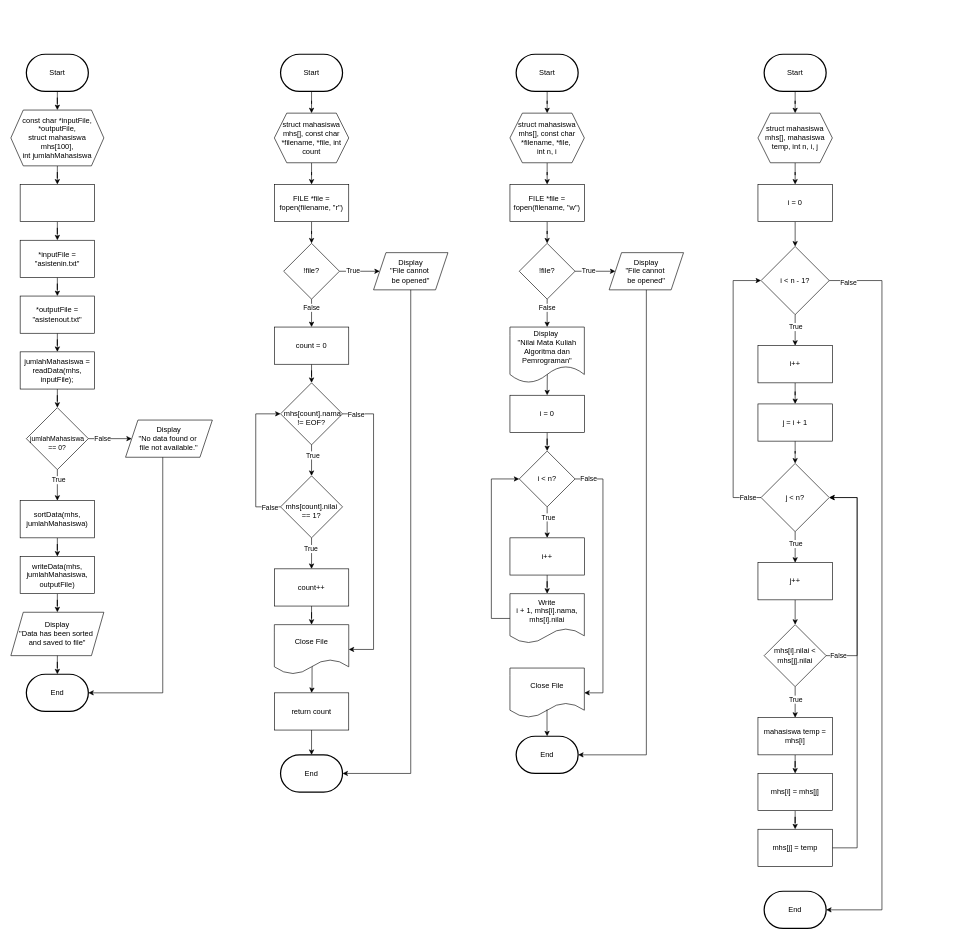
Above: modul 4.drawio in elikawicaksana/BuildIT_BasisData (draw.io), before the change. Source tidied: cells renumbered, new cells numbered last; positions are measured from the earlier drawing's top-left corner, leaving out a move shared by most shapes. Both pictures are drawn from the tidied source at 62%, with x=0, y=0 at pixel (11, 54).
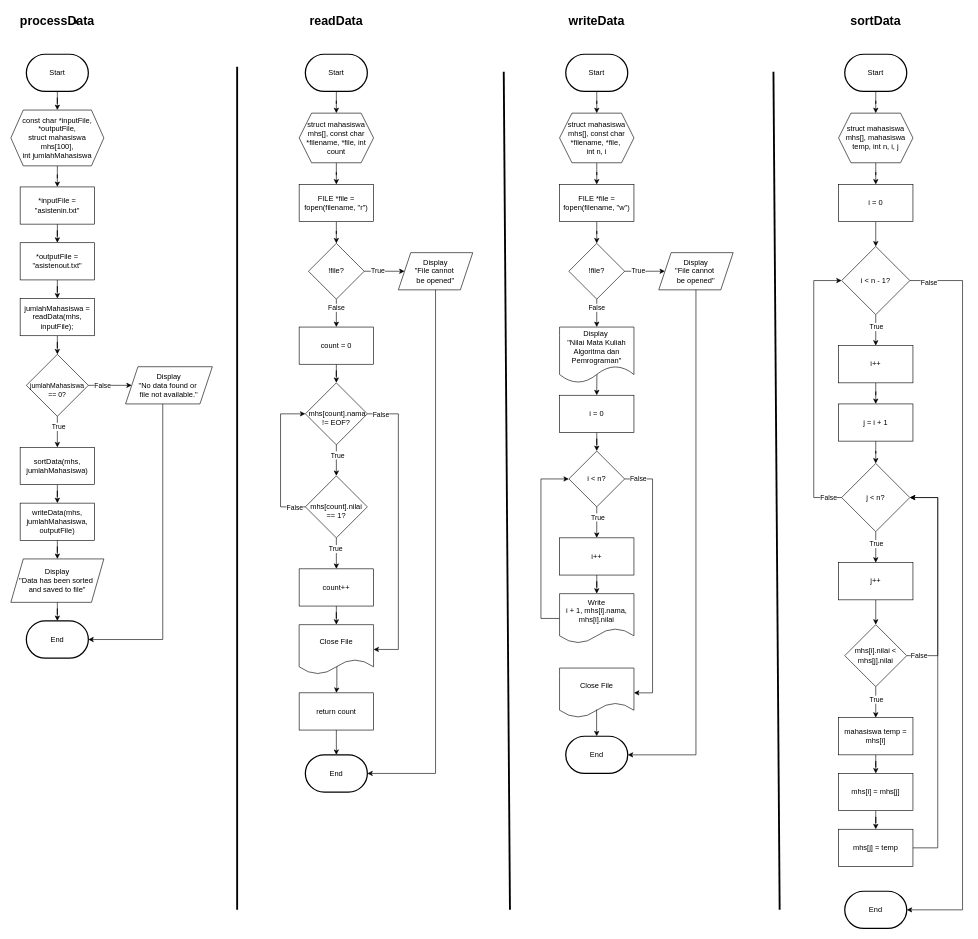
The same diagram, later.

The change refers to these unchanged cells:
```xml
<mxCell id="20" value="&lt;div&gt;const char *inputFile, *outputFile,&lt;br&gt;&lt;/div&gt;struct mahasiswa mhs[100],&lt;div&gt;int jumlahMahasiswa&lt;/div&gt;" style="shape=hexagon;perimeter=hexagonPerimeter2;whiteSpace=wrap;html=1;fixedSize=1;" parent="1" vertex="1">
  <mxGeometry y="90" width="150" height="90" as="geometry" />
</mxCell>
```

What changed in the source:
```diff
@@
     <mxCell id="5" value="jumlahMahasiswa = readData(mhs, inputFile);" style="rounded=0;whiteSpace=wrap;html=1;" parent="1" vertex="1">
-      <mxGeometry x="15" y="480" width="120" height="60" as="geometry" />
+      <mxGeometry x="15" y="394" width="120" height="60" as="geometry" />
     </mxCell>
@@
     <mxCell id="10" value="&lt;div&gt;&lt;font style=&quot;font-size: 11px;&quot;&gt;&lt;br&gt;&lt;/font&gt;&lt;/div&gt;&lt;font style=&quot;font-size: 11px;&quot;&gt;jumlahMahasiswa&lt;/font&gt;&lt;div&gt;&lt;span style=&quot;font-size: 11px; background-color: initial; color: rgb(0, 0, 0); --darkreader-inline-bgcolor: initial; --darkreader-inline-color: #e8e6e3;&quot;&gt;== 0?&lt;/span&gt;&lt;/div&gt;" style="rhombus;whiteSpace=wrap;html=1;" parent="1" vertex="1">
-      <mxGeometry x="25" y="570" width="100" height="100" as="geometry" />
+      <mxGeometry x="25" y="484" width="100" height="100" as="geometry" />
     </mxCell>
     <mxCell id="11" value="Display&lt;div&gt;&quot;No data found or&amp;nbsp;&lt;/div&gt;&lt;div&gt;file not available.&quot;&lt;/div&gt;" style="shape=parallelogram;perimeter=parallelogramPerimeter;whiteSpace=wrap;html=1;fixedSize=1;" parent="1" vertex="1">
-      <mxGeometry x="185" y="590" width="140" height="60" as="geometry" />
+      <mxGeometry x="185" y="504" width="140" height="60" as="geometry" />
     </mxCell>
     <mxCell id="12" value="End" style="strokeWidth=2;html=1;shape=mxgraph.flowchart.terminator;whiteSpace=wrap;" parent="1" vertex="1">
-      <mxGeometry x="25" y="1000" width="100" height="60" as="geometry" />
+      <mxGeometry x="25" y="914" width="100" height="60" as="geometry" />
     </mxCell>
     <mxCell id="13" style="edgeStyle=orthogonalEdgeStyle;rounded=0;jettySize=auto;html=1;entryX=1;entryY=0.5;entryDx=0;entryDy=0;entryPerimeter=0;" parent="1" edge="1" source="11" target="12">
       <mxGeometry relative="1" as="geometry">
         <Array as="points">
-          <mxPoint x="245" y="1030" />
+          <mxPoint x="245" y="944" />
         </Array>
       </mxGeometry>
     </mxCell>
@@
     <mxCell id="15" value="sortData(mhs, jumlahMahasiswa)" style="rounded=0;whiteSpace=wrap;html=1;" parent="1" vertex="1">
-      <mxGeometry x="15" y="720" width="120" height="60" as="geometry" />
+      <mxGeometry x="15" y="634" width="120" height="60" as="geometry" />
     </mxCell>
@@
     <mxCell id="17" value="writeData(mhs, jumlahMahasiswa, outputFile)" style="rounded=0;whiteSpace=wrap;html=1;" parent="1" vertex="1">
-      <mxGeometry x="15" y="810" width="120" height="60" as="geometry" />
+      <mxGeometry x="15" y="724" width="120" height="60" as="geometry" />
     </mxCell>
     <mxCell id="18" value="Display&lt;div&gt;&quot;Data has been sorted&amp;nbsp;&lt;/div&gt;&lt;div&gt;and saved to file&quot;&lt;/div&gt;" style="shape=parallelogram;perimeter=parallelogramPerimeter;whiteSpace=wrap;html=1;fixedSize=1;" parent="1" vertex="1">
-      <mxGeometry y="900" width="150" height="70" as="geometry" />
+      <mxGeometry y="814" width="150" height="70" as="geometry" />
     </mxCell>
-    <mxCell id="19" style="edgeStyle=orthogonalEdgeStyle;rounded=0;jettySize=auto;html=1;entryX=0.5;entryY=0;entryDx=0;entryDy=0;" parent="1" edge="1" source="20" target="84">
+    <mxCell id="19" style="edgeStyle=orthogonalEdgeStyle;rounded=0;jettySize=auto;html=1;entryX=0.5;entryY=0;entryDx=0;entryDy=0;" parent="1" edge="1" source="20" target="86">
       <mxGeometry relative="1" as="geometry" />
     </mxCell>
@@
     <mxCell id="23" value="Start" style="strokeWidth=2;html=1;shape=mxgraph.flowchart.terminator;whiteSpace=wrap;" parent="1" vertex="1">
-      <mxGeometry x="435" width="100" height="60" as="geometry" />
+      <mxGeometry x="475" width="100" height="60" as="geometry" />
     </mxCell>
@@
     <mxCell id="25" value="struct&amp;nbsp;mahasiswa mhs[], const char *filename, *file, int count" style="shape=hexagon;perimeter=hexagonPerimeter2;whiteSpace=wrap;html=1;fixedSize=1;" parent="1" vertex="1">
-      <mxGeometry x="425" y="95" width="120" height="80" as="geometry" />
+      <mxGeometry x="465" y="95" width="120" height="80" as="geometry" />
     </mxCell>
@@
     <mxCell id="27" value="FILE *file = fopen(filename, &quot;r&quot;)" style="rounded=0;whiteSpace=wrap;html=1;" parent="1" vertex="1">
-      <mxGeometry x="425" y="210" width="120" height="60" as="geometry" />
+      <mxGeometry x="465" y="210" width="120" height="60" as="geometry" />
     </mxCell>
@@
     <mxCell id="32" value="!file?" style="rhombus;whiteSpace=wrap;html=1;" parent="1" vertex="1">
-      <mxGeometry x="440" y="305" width="90" height="90" as="geometry" />
+      <mxGeometry x="480" y="305" width="90" height="90" as="geometry" />
     </mxCell>
     <mxCell id="33" value="Display&lt;div&gt;&quot;File cannot&amp;nbsp;&lt;/div&gt;&lt;div&gt;be opened&quot;&lt;/div&gt;" style="shape=parallelogram;perimeter=parallelogramPerimeter;whiteSpace=wrap;html=1;fixedSize=1;" parent="1" vertex="1">
-      <mxGeometry x="585" y="320" width="120" height="60" as="geometry" />
+      <mxGeometry x="625" y="320" width="120" height="60" as="geometry" />
     </mxCell>
@@
     <mxCell id="35" value="count = 0" style="rounded=0;whiteSpace=wrap;html=1;" parent="1" vertex="1">
-      <mxGeometry x="425" y="440" width="120" height="60" as="geometry" />
+      <mxGeometry x="465" y="440" width="120" height="60" as="geometry" />
     </mxCell>
@@
     <mxCell id="38" value="&lt;div&gt;&lt;br&gt;&lt;/div&gt;&amp;nbsp;mhs[count].&lt;span style=&quot;background-color: initial; color: rgb(0, 0, 0); --darkreader-inline-bgcolor: initial; --darkreader-inline-color: #e8e6e3;&quot;&gt;nama != EOF?&lt;/span&gt;" style="rhombus;whiteSpace=wrap;html=1;" parent="1" vertex="1">
-      <mxGeometry x="435" y="530" width="100" height="100" as="geometry" />
+      <mxGeometry x="475" y="530" width="100" height="100" as="geometry" />
     </mxCell>
     <mxCell id="39" style="edgeStyle=orthogonalEdgeStyle;rounded=0;jettySize=auto;html=1;entryX=0;entryY=0.5;entryDx=0;entryDy=0;" parent="1" edge="1" source="43" target="38">
       <mxGeometry relative="1" as="geometry">
         <Array as="points">
-          <mxPoint x="395" y="730" />
-          <mxPoint x="395" y="580" />
+          <mxPoint x="435" y="730" />
+          <mxPoint x="435" y="580" />
         </Array>
       </mxGeometry>
     </mxCell>
@@
     <mxCell id="43" value="&lt;div&gt;&lt;br&gt;&lt;/div&gt;mhs[count].nilai == 1?" style="rhombus;whiteSpace=wrap;html=1;" parent="1" vertex="1">
-      <mxGeometry x="435" y="680" width="100" height="100" as="geometry" />
+      <mxGeometry x="475" y="680" width="100" height="100" as="geometry" />
     </mxCell>
     <mxCell id="44" value="End" style="strokeWidth=2;html=1;shape=mxgraph.flowchart.terminator;whiteSpace=wrap;" parent="1" vertex="1">
-      <mxGeometry x="435" y="1130" width="100" height="60" as="geometry" />
+      <mxGeometry x="475" y="1130" width="100" height="60" as="geometry" />
     </mxCell>
     <mxCell id="45" style="edgeStyle=orthogonalEdgeStyle;rounded=0;jettySize=auto;html=1;entryX=1;entryY=0.5;entryDx=0;entryDy=0;" parent="1" edge="1" source="38">
       <mxGeometry relative="1" as="geometry">
-        <mxPoint x="545" y="960" as="targetPoint" />
+        <mxPoint x="585" y="960" as="targetPoint" />
         <Array as="points">
-          <mxPoint x="585" y="580" />
-          <mxPoint x="585" y="960" />
+          <mxPoint x="625" y="580" />
+          <mxPoint x="625" y="960" />
         </Array>
       </mxGeometry>
     </mxCell>
@@
     <mxCell id="48" value="count++" style="rounded=0;whiteSpace=wrap;html=1;" parent="1" vertex="1">
-      <mxGeometry x="425" y="830" width="120" height="60" as="geometry" />
+      <mxGeometry x="465" y="830" width="120" height="60" as="geometry" />
     </mxCell>
     <mxCell id="49" value="return count" style="rounded=0;whiteSpace=wrap;html=1;" parent="1" vertex="1">
-      <mxGeometry x="425" y="1030" width="120" height="60" as="geometry" />
+      <mxGeometry x="465" y="1030" width="120" height="60" as="geometry" />
     </mxCell>
@@
     <mxCell id="53" value="Start" style="strokeWidth=2;html=1;shape=mxgraph.flowchart.terminator;whiteSpace=wrap;" parent="1" vertex="1">
-      <mxGeometry x="815" width="100" height="60" as="geometry" />
+      <mxGeometry x="895" width="100" height="60" as="geometry" />
     </mxCell>
     <mxCell id="54" style="edgeStyle=orthogonalEdgeStyle;rounded=0;jettySize=auto;html=1;entryX=1;entryY=0.5;entryDx=0;entryDy=0;entryPerimeter=0;" parent="1" edge="1" source="33" target="44">
       <mxGeometry relative="1" as="geometry">
         <Array as="points">
-          <mxPoint x="645" y="1160" />
+          <mxPoint x="685" y="1160" />
         </Array>
       </mxGeometry>
     </mxCell>
@@
     <mxCell id="56" value="struct&amp;nbsp;mahasiswa mhs[], const char *filename, *file,&amp;nbsp;&lt;div&gt;int n, i&lt;/div&gt;" style="shape=hexagon;perimeter=hexagonPerimeter2;whiteSpace=wrap;html=1;fixedSize=1;" parent="1" vertex="1">
-      <mxGeometry x="805" y="95" width="120" height="80" as="geometry" />
+      <mxGeometry x="885" y="95" width="120" height="80" as="geometry" />
     </mxCell>
@@
     <mxCell id="58" value="FILE *file = fopen(filename, &quot;w&quot;)" style="rounded=0;whiteSpace=wrap;html=1;" parent="1" vertex="1">
-      <mxGeometry x="805" y="210" width="120" height="60" as="geometry" />
+      <mxGeometry x="885" y="210" width="120" height="60" as="geometry" />
     </mxCell>
     <mxCell id="59" value="!file?" style="rhombus;whiteSpace=wrap;html=1;" parent="1" vertex="1">
-      <mxGeometry x="820" y="305" width="90" height="90" as="geometry" />
+      <mxGeometry x="900" y="305" width="90" height="90" as="geometry" />
     </mxCell>
@@
     <mxCell id="64" value="Display&lt;div&gt;&quot;File cannot&amp;nbsp;&lt;/div&gt;&lt;div&gt;be opened&quot;&lt;/div&gt;" style="shape=parallelogram;perimeter=parallelogramPerimeter;whiteSpace=wrap;html=1;fixedSize=1;" parent="1" vertex="1">
-      <mxGeometry x="965" y="320" width="120" height="60" as="geometry" />
+      <mxGeometry x="1045" y="320" width="120" height="60" as="geometry" />
     </mxCell>
@@
     <mxCell id="66" value="Display&amp;nbsp;&lt;div&gt;&quot;Nilai Mata Kuliah Algoritma dan Pemrograman&quot;&lt;/div&gt;" style="shape=document;whiteSpace=wrap;html=1;boundedLbl=1;" parent="1" vertex="1">
-      <mxGeometry x="805" y="440" width="120" height="90" as="geometry" />
+      <mxGeometry x="885" y="440" width="120" height="90" as="geometry" />
     </mxCell>
@@
     <mxCell id="68" value="i = 0" style="rounded=0;whiteSpace=wrap;html=1;" parent="1" vertex="1">
-      <mxGeometry x="805" y="550" width="120" height="60" as="geometry" />
+      <mxGeometry x="885" y="550" width="120" height="60" as="geometry" />
     </mxCell>
@@
     <mxCell id="71" style="edgeStyle=orthogonalEdgeStyle;rounded=0;jettySize=auto;html=1;entryX=1;entryY=0.5;entryDx=0;entryDy=0;" parent="1" edge="1" source="73" target="79">
       <mxGeometry relative="1" as="geometry">
         <Array as="points">
-          <mxPoint x="955" y="685" />
-          <mxPoint x="955" y="1030" />
+          <mxPoint x="1035" y="685" />
+          <mxPoint x="1035" y="1030" />
         </Array>
       </mxGeometry>
     </mxCell>
@@
     <mxCell id="73" value="i &amp;lt; n?" style="rhombus;whiteSpace=wrap;html=1;" parent="1" vertex="1">
-      <mxGeometry x="820" y="640" width="90" height="90" as="geometry" />
+      <mxGeometry x="900" y="640" width="90" height="90" as="geometry" />
     </mxCell>
@@
     <mxCell id="75" value="i++" style="rounded=0;whiteSpace=wrap;html=1;" parent="1" vertex="1">
-      <mxGeometry x="805" y="780" width="120" height="60" as="geometry" />
+      <mxGeometry x="885" y="780" width="120" height="60" as="geometry" />
     </mxCell>
     <mxCell id="76" style="edgeStyle=orthogonalEdgeStyle;rounded=0;jettySize=auto;html=1;entryX=0;entryY=0.5;entryDx=0;entryDy=0;" parent="1" edge="1" source="77" target="73">
       <mxGeometry relative="1" as="geometry">
         <Array as="points">
-          <mxPoint x="775" y="910" />
-          <mxPoint x="775" y="685" />
+          <mxPoint x="855" y="910" />
+          <mxPoint x="855" y="685" />
         </Array>
       </mxGeometry>
     </mxCell>
     <mxCell id="77" value="&lt;div&gt;Write&lt;/div&gt;i + 1, mhs[i].nama, mhs[i].nilai" style="shape=document;whiteSpace=wrap;html=1;boundedLbl=1;" parent="1" vertex="1">
-      <mxGeometry x="805" y="870" width="120" height="80" as="geometry" />
+      <mxGeometry x="885" y="870" width="120" height="80" as="geometry" />
     </mxCell>
     <mxCell id="78" value="Close File" style="shape=document;whiteSpace=wrap;html=1;boundedLbl=1;" parent="1" vertex="1">
-      <mxGeometry x="425" y="920" width="120" height="80" as="geometry" />
+      <mxGeometry x="465" y="920" width="120" height="80" as="geometry" />
     </mxCell>
     <mxCell id="79" value="Close File&lt;div&gt;&lt;/div&gt;" style="shape=document;whiteSpace=wrap;html=1;boundedLbl=1;" parent="1" vertex="1">
-      <mxGeometry x="805" y="990" width="120" height="80" as="geometry" />
+      <mxGeometry x="885" y="990" width="120" height="80" as="geometry" />
     </mxCell>
     <mxCell id="80" value="End" style="strokeWidth=2;html=1;shape=mxgraph.flowchart.terminator;whiteSpace=wrap;" parent="1" vertex="1">
-      <mxGeometry x="815" y="1100" width="100" height="60" as="geometry" />
+      <mxGeometry x="895" y="1100" width="100" height="60" as="geometry" />
     </mxCell>
@@
     <mxCell id="82" style="edgeStyle=orthogonalEdgeStyle;rounded=0;jettySize=auto;html=1;entryX=1;entryY=0.5;entryDx=0;entryDy=0;entryPerimeter=0;exitX=0.5;exitY=1;exitDx=0;exitDy=0;" parent="1" edge="1" source="64" target="80">
       <mxGeometry relative="1" as="geometry">
         <Array as="points">
-          <mxPoint x="1025" y="1130" />
+          <mxPoint x="1105" y="1130" />
         </Array>
       </mxGeometry>
     </mxCell>
-    <mxCell id="83" style="edgeStyle=orthogonalEdgeStyle;rounded=0;jettySize=auto;html=1;entryX=0.5;entryY=0;entryDx=0;entryDy=0;" parent="1" edge="1" source="84" target="86">
-      <mxGeometry relative="1" as="geometry" />
-    </mxCell>
-    <mxCell id="84" style="rounded=0;whiteSpace=wrap;html=1;" parent="1" vertex="1">
-      <mxGeometry x="15" y="210" width="120" height="60" as="geometry" />
-    </mxCell>
@@
     <mxCell id="86" value="*inputFile = &quot;asistenin.txt&quot;" style="rounded=0;whiteSpace=wrap;html=1;" parent="1" vertex="1">
-      <mxGeometry x="15" y="300" width="120" height="60" as="geometry" />
+      <mxGeometry x="15" y="214" width="120" height="60" as="geometry" />
     </mxCell>
@@
     <mxCell id="88" value="*outputFile = &quot;asistenout.txt&quot;" style="rounded=0;whiteSpace=wrap;html=1;" parent="1" vertex="1">
-      <mxGeometry x="15" y="390" width="120" height="60" as="geometry" />
+      <mxGeometry x="15" y="304" width="120" height="60" as="geometry" />
     </mxCell>
@@
     <mxCell id="90" value="Start" style="strokeWidth=2;html=1;shape=mxgraph.flowchart.terminator;whiteSpace=wrap;" parent="1" vertex="1">
-      <mxGeometry x="1215" width="100" height="60" as="geometry" />
+      <mxGeometry x="1345" width="100" height="60" as="geometry" />
     </mxCell>
@@
     <mxCell id="92" value="struct&amp;nbsp;mahasiswa mhs[], mahasiswa temp,&amp;nbsp;int n, i, j" style="shape=hexagon;perimeter=hexagonPerimeter2;whiteSpace=wrap;html=1;fixedSize=1;" parent="1" vertex="1">
-      <mxGeometry x="1205" y="95" width="120" height="80" as="geometry" />
+      <mxGeometry x="1335" y="95" width="120" height="80" as="geometry" />
     </mxCell>
@@
     <mxCell id="95" value="i &amp;lt; n - 1?" style="rhombus;whiteSpace=wrap;html=1;" parent="1" vertex="1">
-      <mxGeometry x="1210" y="310" width="110" height="110" as="geometry" />
+      <mxGeometry x="1340" y="310" width="110" height="110" as="geometry" />
     </mxCell>
@@
     <mxCell id="97" value="i = 0" style="rounded=0;whiteSpace=wrap;html=1;" parent="1" vertex="1">
-      <mxGeometry x="1205" y="210" width="120" height="60" as="geometry" />
+      <mxGeometry x="1335" y="210" width="120" height="60" as="geometry" />
     </mxCell>
@@
     <mxCell id="99" value="i++" style="rounded=0;whiteSpace=wrap;html=1;" parent="1" vertex="1">
-      <mxGeometry x="1205" y="470" width="120" height="60" as="geometry" />
+      <mxGeometry x="1335" y="470" width="120" height="60" as="geometry" />
     </mxCell>
     <mxCell id="100" value="End" style="strokeWidth=2;html=1;shape=mxgraph.flowchart.terminator;whiteSpace=wrap;" parent="1" vertex="1">
-      <mxGeometry x="1215" y="1350" width="100" height="60" as="geometry" />
+      <mxGeometry x="1345" y="1350" width="100" height="60" as="geometry" />
     </mxCell>
     <mxCell id="101" style="edgeStyle=orthogonalEdgeStyle;rounded=0;jettySize=auto;html=1;entryX=1;entryY=0.5;entryDx=0;entryDy=0;entryPerimeter=0;" parent="1" edge="1" source="95" target="100">
       <mxGeometry relative="1" as="geometry">
         <Array as="points">
-          <mxPoint x="1405" y="365" />
-          <mxPoint x="1405" y="1380" />
+          <mxPoint x="1535" y="365" />
+          <mxPoint x="1535" y="1380" />
         </Array>
       </mxGeometry>
     </mxCell>
@@
     <mxCell id="105" style="edgeStyle=orthogonalEdgeStyle;rounded=0;jettySize=auto;html=1;entryX=0;entryY=0.5;entryDx=0;entryDy=0;" parent="1" edge="1" source="107" target="95">
       <mxGeometry relative="1" as="geometry">
         <Array as="points">
-          <mxPoint x="1165" y="715" />
-          <mxPoint x="1165" y="365" />
+          <mxPoint x="1295" y="715" />
+          <mxPoint x="1295" y="365" />
         </Array>
       </mxGeometry>
     </mxCell>
@@
     <mxCell id="107" value="j &amp;lt; n?" style="rhombus;whiteSpace=wrap;html=1;" parent="1" vertex="1">
-      <mxGeometry x="1210" y="660" width="110" height="110" as="geometry" />
+      <mxGeometry x="1340" y="660" width="110" height="110" as="geometry" />
     </mxCell>
@@
     <mxCell id="109" value="j = i + 1" style="rounded=0;whiteSpace=wrap;html=1;" parent="1" vertex="1">
-      <mxGeometry x="1205" y="564" width="120" height="60" as="geometry" />
+      <mxGeometry x="1335" y="564" width="120" height="60" as="geometry" />
     </mxCell>
@@
     <mxCell id="111" value="j++" style="rounded=0;whiteSpace=wrap;html=1;" parent="1" vertex="1">
-      <mxGeometry x="1205" y="820" width="120" height="60" as="geometry" />
+      <mxGeometry x="1335" y="820" width="120" height="60" as="geometry" />
     </mxCell>
@@
     <mxCell id="114" style="edgeStyle=orthogonalEdgeStyle;rounded=0;jettySize=auto;html=1;entryX=1;entryY=0.5;entryDx=0;entryDy=0;exitX=1;exitY=0.5;exitDx=0;exitDy=0;" parent="1" edge="1" source="116" target="107">
       <mxGeometry relative="1" as="geometry">
         <Array as="points">
-          <mxPoint x="1365" y="970" />
-          <mxPoint x="1365" y="715" />
+          <mxPoint x="1495" y="970" />
+          <mxPoint x="1495" y="715" />
         </Array>
       </mxGeometry>
     </mxCell>
@@
     <mxCell id="116" value="mhs[i].nilai &amp;lt; mhs[j].nilai" style="rhombus;whiteSpace=wrap;html=1;" parent="1" vertex="1">
-      <mxGeometry x="1215" y="920" width="100" height="100" as="geometry" />
+      <mxGeometry x="1345" y="920" width="100" height="100" as="geometry" />
     </mxCell>
@@
     <mxCell id="118" value="mahasiswa temp = mhs[i]" style="rounded=0;whiteSpace=wrap;html=1;" parent="1" vertex="1">
-      <mxGeometry x="1205" y="1070" width="120" height="60" as="geometry" />
+      <mxGeometry x="1335" y="1070" width="120" height="60" as="geometry" />
     </mxCell>
@@
     <mxCell id="120" value="mhs[i] = mhs[j]" style="rounded=0;whiteSpace=wrap;html=1;" parent="1" vertex="1">
-      <mxGeometry x="1205" y="1160" width="120" height="60" as="geometry" />
+      <mxGeometry x="1335" y="1160" width="120" height="60" as="geometry" />
     </mxCell>
     <mxCell id="121" style="edgeStyle=orthogonalEdgeStyle;rounded=0;jettySize=auto;html=1;entryX=1;entryY=0.5;entryDx=0;entryDy=0;" parent="1" edge="1" source="122" target="107">
       <mxGeometry relative="1" as="geometry">
         <Array as="points">
-          <mxPoint x="1365" y="1280" />
-          <mxPoint x="1365" y="715" />
+          <mxPoint x="1495" y="1280" />
+          <mxPoint x="1495" y="715" />
         </Array>
       </mxGeometry>
     </mxCell>
     <mxCell id="122" value="mhs[j] = temp" style="rounded=0;whiteSpace=wrap;html=1;" parent="1" vertex="1">
-      <mxGeometry x="1205" y="1250" width="120" height="60" as="geometry" />
+      <mxGeometry x="1335" y="1250" width="120" height="60" as="geometry" />
     </mxCell>
+    <mxCell id="123" value="&lt;font style=&quot;font-size: 20px;&quot;&gt;&lt;b&gt;processData&lt;/b&gt;&lt;/font&gt;" style="text;html=1;align=center;verticalAlign=middle;whiteSpace=wrap;rounded=0;" parent="1" vertex="1">
+      <mxGeometry x="45" y="-70" width="60" height="30" as="geometry" />
+    </mxCell>
+    <mxCell id="124" style="edgeStyle=orthogonalEdgeStyle;rounded=0;orthogonalLoop=1;jettySize=auto;html=1;exitX=1;exitY=0.5;exitDx=0;exitDy=0;entryX=1;entryY=0.75;entryDx=0;entryDy=0;" parent="1" edge="1" source="123" target="123">
+      <mxGeometry relative="1" as="geometry" />
+    </mxCell>
+    <mxCell id="125" value="&lt;font style=&quot;font-size: 20px;&quot;&gt;&lt;b&gt;readData&lt;/b&gt;&lt;/font&gt;" style="text;html=1;align=center;verticalAlign=middle;whiteSpace=wrap;rounded=0;" parent="1" vertex="1">
+      <mxGeometry x="495" y="-70" width="60" height="30" as="geometry" />
+    </mxCell>
+    <mxCell id="126" value="&lt;font style=&quot;font-size: 20px;&quot;&gt;&lt;b&gt;writeData&lt;/b&gt;&lt;/font&gt;" style="text;html=1;align=center;verticalAlign=middle;whiteSpace=wrap;rounded=0;" parent="1" vertex="1">
+      <mxGeometry x="915" y="-70" width="60" height="30" as="geometry" />
+    </mxCell>
+    <mxCell id="127" value="&lt;font style=&quot;font-size: 20px;&quot;&gt;&lt;b&gt;sortData&lt;/b&gt;&lt;/font&gt;" style="text;html=1;align=center;verticalAlign=middle;whiteSpace=wrap;rounded=0;" parent="1" vertex="1">
+      <mxGeometry x="1365" y="-70" width="60" height="30" as="geometry" />
+    </mxCell>
+    <mxCell id="128" style="endArrow=none;html=1;rounded=0;strokeWidth=3;" parent="1" edge="1">
+      <mxGeometry relative="1" as="geometry">
+        <mxPoint x="365" y="1380" as="sourcePoint" />
+        <mxPoint x="365" y="20" as="targetPoint" />
+      </mxGeometry>
+    </mxCell>
+    <mxCell id="129" style="endArrow=none;html=1;rounded=0;strokeWidth=3;" parent="1" edge="1">
+      <mxGeometry relative="1" as="geometry">
+        <mxPoint x="805" y="1380" as="sourcePoint" />
+        <mxPoint x="795" y="28.1" as="targetPoint" />
+      </mxGeometry>
+    </mxCell>
+    <mxCell id="130" style="endArrow=none;html=1;rounded=0;strokeWidth=3;" parent="1" edge="1">
+      <mxGeometry relative="1" as="geometry">
+        <mxPoint x="1240" y="1380" as="sourcePoint" />
+        <mxPoint x="1230" y="28.1" as="targetPoint" />
+      </mxGeometry>
+    </mxCell>
```
